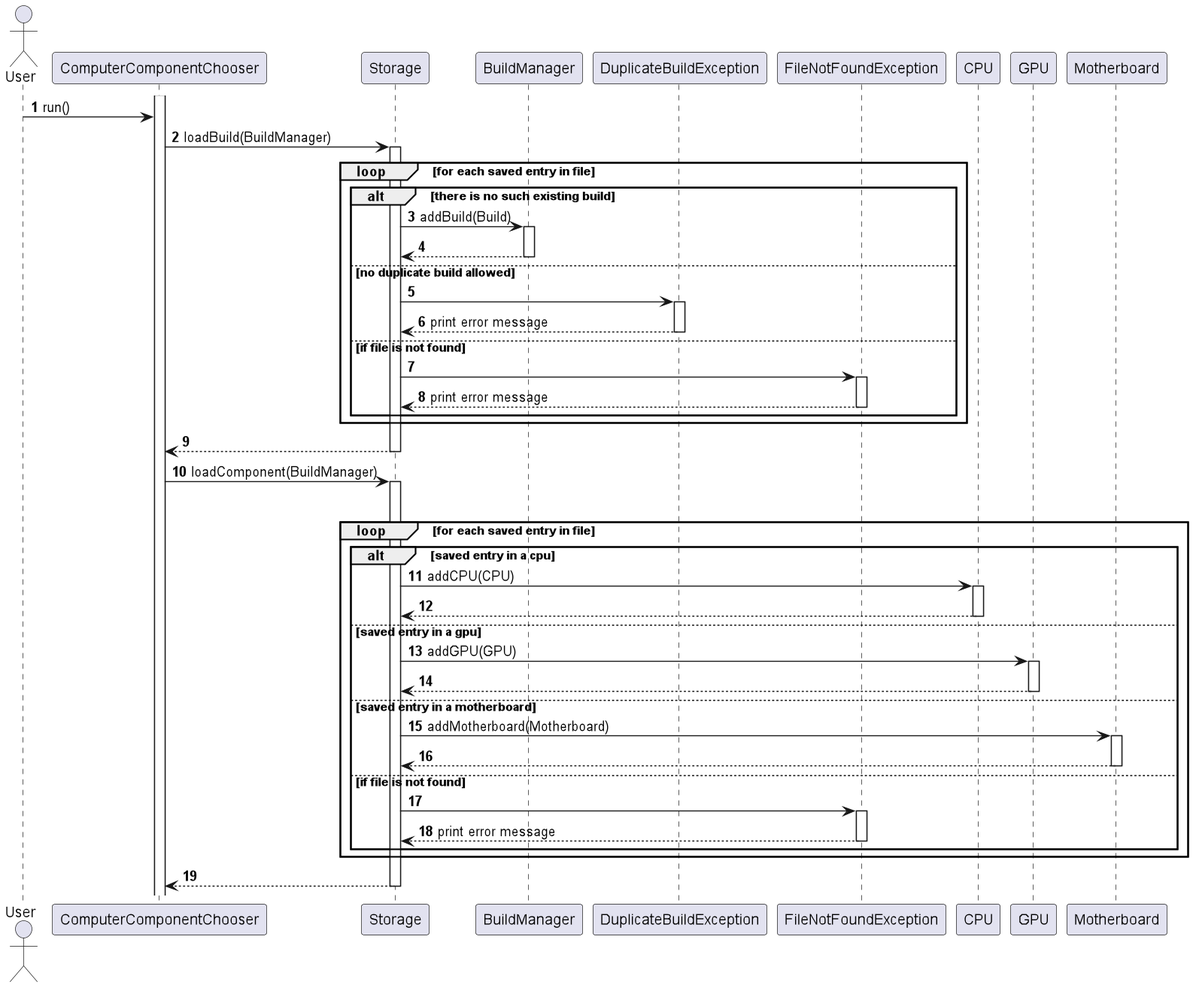
Above: docs/images/StorageLoadSequence.png in nus-cs2113-AY2223S1/tp (PlantUML), before the change.
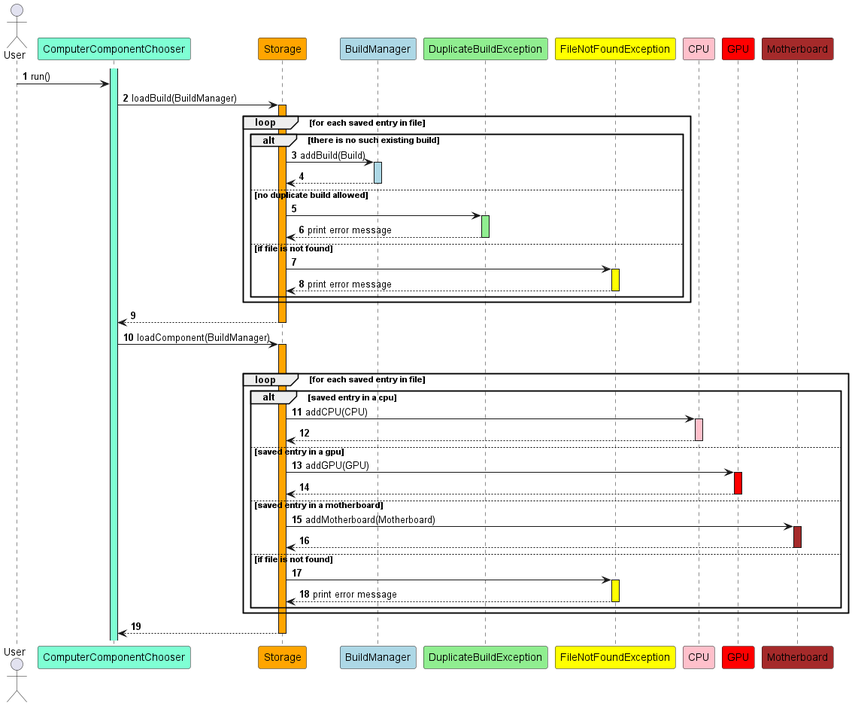
Above is the later version.

Diff of the diagram source:
```diff
@@ -3,54 +3,56 @@
 autonumber
 
 Actor User
-Participant "ComputerComponentChooser" as ComputerComponentChooser
-Participant "Storage" as Storage
-Participant "BuildManager" as BuildManager
-Participant "DuplicateBuildException" as DuplicateBuildException
-Participant "FileNotFoundException" as FileNotFoundException
-Participant "CPU" as CPU
+Participant "ComputerComponentChooser" as ComputerComponentChooser #AquaMarine
+Participant "Storage" as Storage #Orange
+Participant "BuildManager" as BuildManager #LightBlue
+Participant "DuplicateBuildException" as DuplicateBuildException #LightGreen
+Participant "FileNotFoundException" as FileNotFoundException #Yellow
+Participant "CPU" as CPU #Pink
+Participant "GPU" as GPU #red
+Participant "Motherboard" as Motherboard #Brown
 
-activate ComputerComponentChooser
+activate ComputerComponentChooser #AquaMarine
 User -> ComputerComponentChooser: run()
 ComputerComponentChooser -> Storage: loadBuild(BuildManager)
-activate Storage
+activate Storage #Orange
 
 loop for each saved entry in file
     alt there is no such existing build
         Storage -> BuildManager: addBuild(Build)
-        activate BuildManager
+        activate BuildManager #LightBlue
         return
     else no duplicate build allowed
         Storage -> DuplicateBuildException
-        activate DuplicateBuildException
+        activate DuplicateBuildException #LightGreen
         return print error message
     else if file is not found
         Storage -> FileNotFoundException
-        activate FileNotFoundException
+        activate FileNotFoundException #Yellow
         return print error message
     end
 end
 return
 
 ComputerComponentChooser -> Storage: loadComponent(BuildManager)
-activate Storage
+activate Storage #Orange
 loop for each build in BuildManager
     loop for each saved entry in file
         alt saved entry in a cpu
             Storage -> CPU: addCPU(CPU)
-            activate CPU
+            activate CPU #Pink
             return
         else saved entry in a gpu
             Storage -> GPU: addGPU(GPU)
-            activate GPU
+            activate GPU #red
             return
         else saved entry in a motherboard
             Storage -> Motherboard: addMotherboard(Motherboard)
-            activate Motherboard
+            activate Motherboard #Brown
             return
         else if file is not found
                 Storage -> FileNotFoundException
-                activate FileNotFoundException
+                activate FileNotFoundException #Yellow
                 return print error message
     end
 end
```
